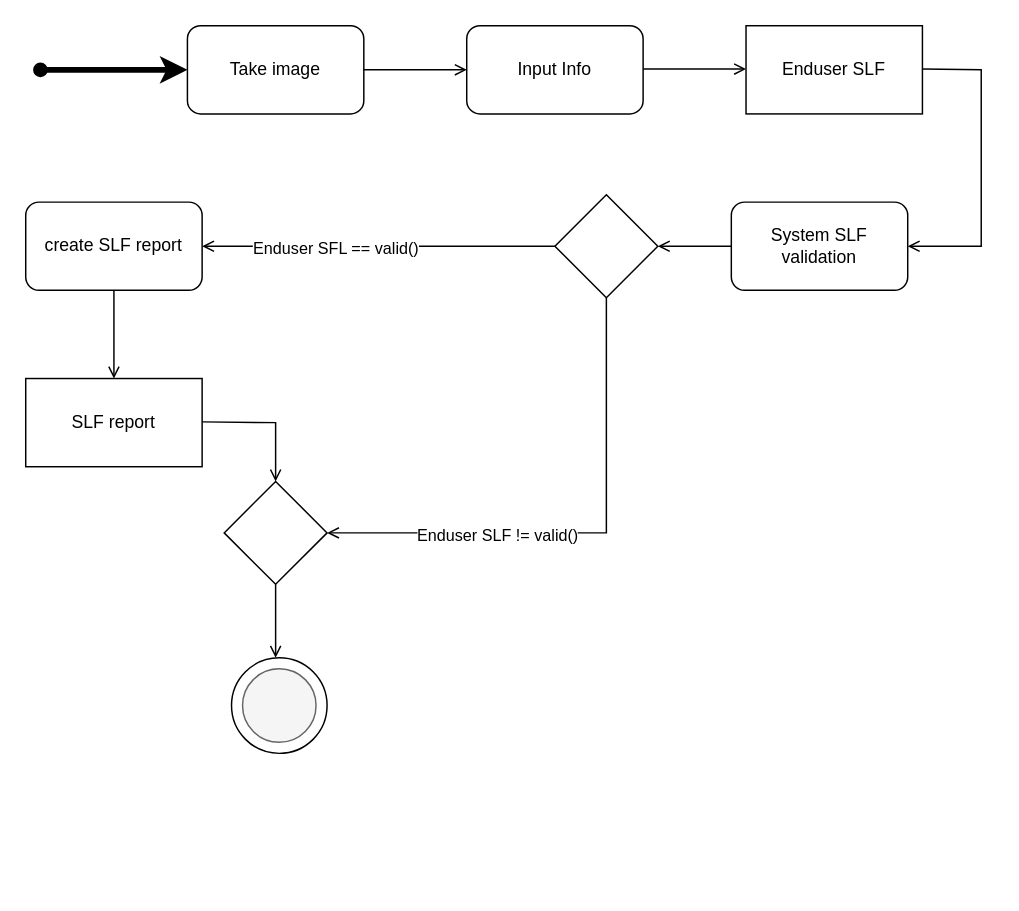
sirfan123/1530 keeps this draw.io diagram as Lab9.drawio. Above is the earlier version. Source tidied: cells renumbered, new cells numbered last; positions are measured from the earlier drawing's top-left corner, leaving out a move shared by most shapes. Both pictures are drawn from the tidied source at 147%, with x=0, y=0 at pixel (25, 25).
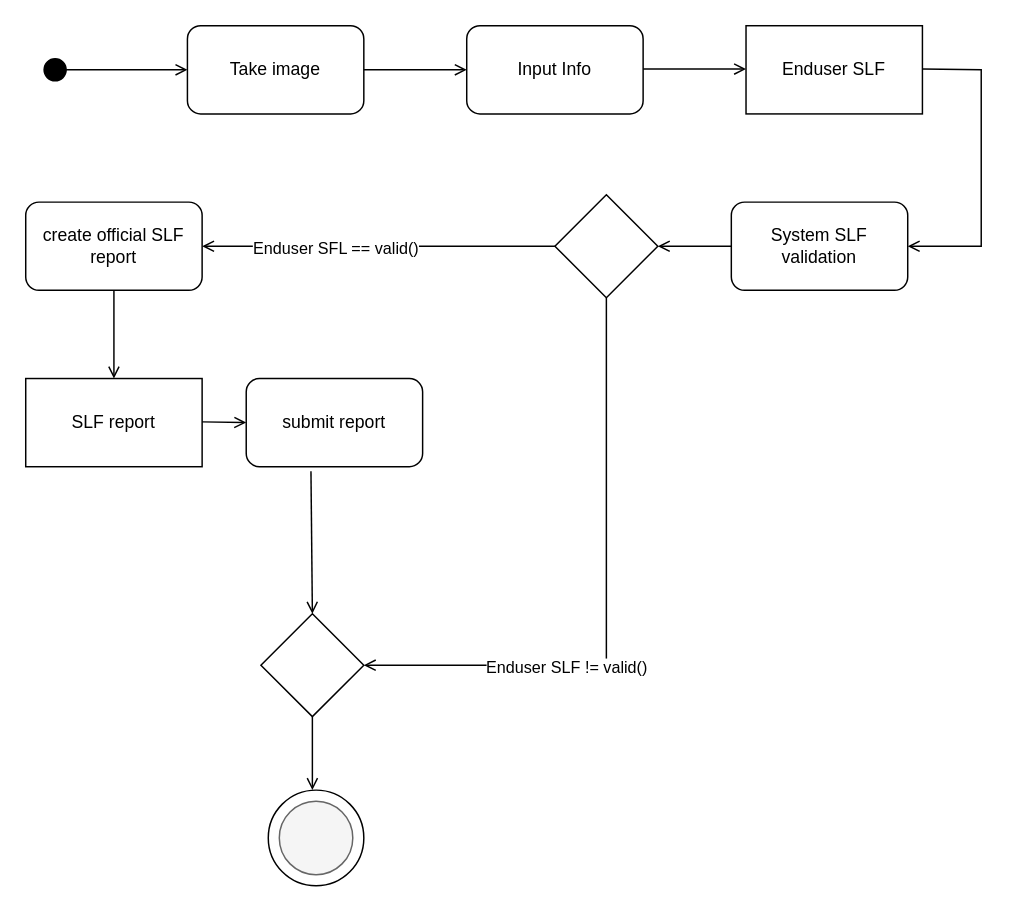
The same diagram, later.

Unchanged cells that the change refers to:
```xml
<mxCell id="3" value="Take image" style="rounded=1;whiteSpace=wrap;html=1;" parent="1" vertex="1">
  <mxGeometry x="110" width="120" height="60" as="geometry" />
</mxCell>
<mxCell id="11" style="rhombus;whiteSpace=wrap;html=1;" parent="1" vertex="1">
  <mxGeometry x="360" y="115" width="70" height="70" as="geometry" />
</mxCell>
```

Change to the diagram source:
```diff
@@
-    <mxCell id="2" style="endArrow=classic;html=1;rounded=0;startArrow=oval;startFill=1;targetPerimeterSpacing=13;strokeWidth=4;" parent="1" edge="1">
-      <mxGeometry relative="1" as="geometry">
-        <mxPoint x="10" y="30" as="sourcePoint" />
-        <mxPoint x="110" y="30" as="targetPoint" />
-      </mxGeometry>
-    </mxCell>
@@
-    <mxCell id="14" value="create SLF report" style="rounded=1;whiteSpace=wrap;html=1;" parent="1" vertex="1">
+    <mxCell id="14" value="create official SLF report" style="rounded=1;whiteSpace=wrap;html=1;" parent="1" vertex="1">
       <mxGeometry y="120" width="120" height="60" as="geometry" />
     </mxCell>
     <mxCell id="15" style="endArrow=open;html=1;rounded=0;exitX=0.5;exitY=1;exitDx=0;exitDy=0;endFill=0;entryX=1;entryY=0.5;entryDx=0;entryDy=0;" parent="1" edge="1" source="11" target="17">
       <mxGeometry relative="1" as="geometry">
         <Array as="points">
-          <mxPoint x="395" y="345" />
+          <mxPoint x="395" y="435" />
         </Array>
       </mxGeometry>
     </mxCell>
@@
     <mxCell id="17" style="rhombus;whiteSpace=wrap;html=1;" parent="1" vertex="1">
-      <mxGeometry x="135" y="310" width="70" height="70" as="geometry" />
+      <mxGeometry x="160" y="400" width="70" height="70" as="geometry" />
     </mxCell>
     <mxCell id="18" style="endArrow=open;html=1;rounded=0;exitX=0.5;exitY=1;exitDx=0;exitDy=0;endFill=0;" parent="1" edge="1" source="17">
       <mxGeometry relative="1" as="geometry">
-        <mxPoint x="170" y="430" as="targetPoint" />
+        <mxPoint x="195" y="520" as="targetPoint" />
       </mxGeometry>
     </mxCell>
     <mxCell id="19" style="ellipse;whiteSpace=wrap;html=1;" parent="1" vertex="1">
-      <mxGeometry x="140" y="430" width="65" height="65" as="geometry" />
+      <mxGeometry x="165" y="520" width="65" height="65" as="geometry" />
     </mxCell>
     <mxCell id="20" style="ellipse;whiteSpace=wrap;html=1;fillColor=#f5f5f5;strokeColor=#666666;fontColor=#333333;" parent="1" vertex="1">
-      <mxGeometry x="147.5" y="437.5" width="50" height="50" as="geometry" />
+      <mxGeometry x="172.5" y="527.5" width="50" height="50" as="geometry" />
     </mxCell>
@@
-    <mxCell id="23" style="endArrow=open;html=1;rounded=0;exitX=1;exitY=0.5;exitDx=0;exitDy=0;endFill=0;entryX=0.5;entryY=0;entryDx=0;entryDy=0;" parent="1" edge="1" target="17">
-      <mxGeometry relative="1" as="geometry">
-        <mxPoint x="120" y="269.5" as="sourcePoint" />
-        <Array as="points">
-          <mxPoint x="170" y="270" />
-        </Array>
-      </mxGeometry>
-    </mxCell>
+    <mxCell id="24" style="endArrow=open;html=1;rounded=0;exitX=1;exitY=0.5;exitDx=0;exitDy=0;endFill=0;" parent="1" edge="1">
+      <mxGeometry relative="1" as="geometry">
+        <mxPoint x="120" y="269.5" as="sourcePoint" />
+        <mxPoint x="150" y="270" as="targetPoint" />
+      </mxGeometry>
+    </mxCell>
+    <mxCell id="25" value="submit report" style="rounded=1;whiteSpace=wrap;html=1;" parent="1" vertex="1">
+      <mxGeometry x="150" y="240" width="120" height="60" as="geometry" />
+    </mxCell>
+    <mxCell id="26" style="endArrow=open;html=1;rounded=0;exitX=0.367;exitY=1.05;exitDx=0;exitDy=0;endFill=0;entryX=0.5;entryY=0;entryDx=0;entryDy=0;exitPerimeter=0;" parent="1" edge="1" source="25" target="17">
+      <mxGeometry relative="1" as="geometry" />
+    </mxCell>
+    <mxCell id="27" style="endArrow=open;html=1;rounded=0;entryX=0;entryY=0.5;entryDx=0;entryDy=0;endFill=0;startArrow=oval;startFill=1;endSize=6;targetPerimeterSpacing=0;sourcePerimeterSpacing=0;startSize=15;" parent="1" edge="1" target="3">
+      <mxGeometry relative="1" as="geometry">
+        <mxPoint x="20" y="30" as="sourcePoint" />
+      </mxGeometry>
+    </mxCell>
```
